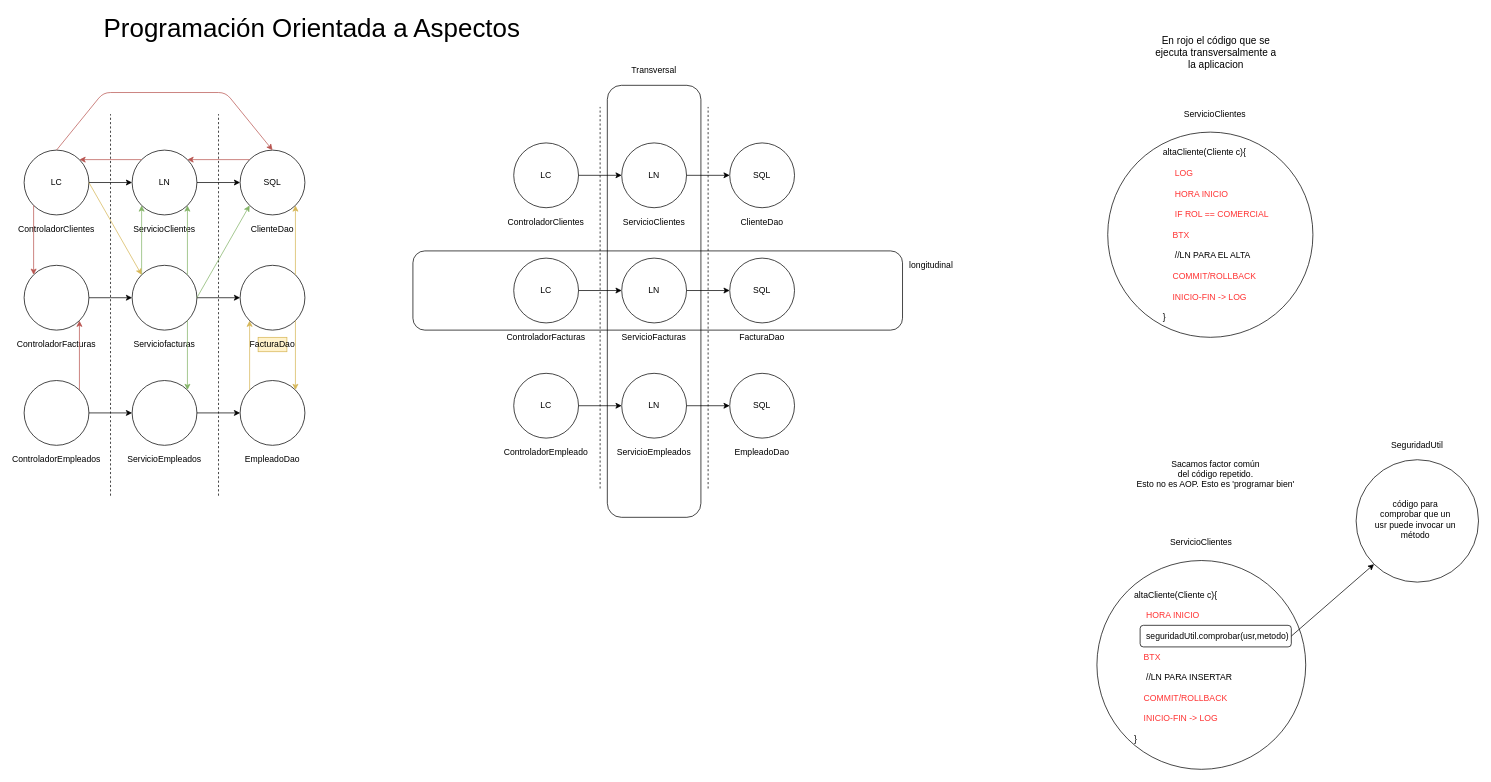
lrag/JEE keeps this draw.io diagram as page "Página-5" (5 of 30) of diagramas.drawio. Above is the earlier version. Source tidied: cells renumbered, new cells numbered last; positions are measured from the earlier drawing's top-left corner, leaving out a move shared by most shapes. Both pictures are drawn from the tidied source at 72%, with x=0, y=0 at pixel (24, 20).
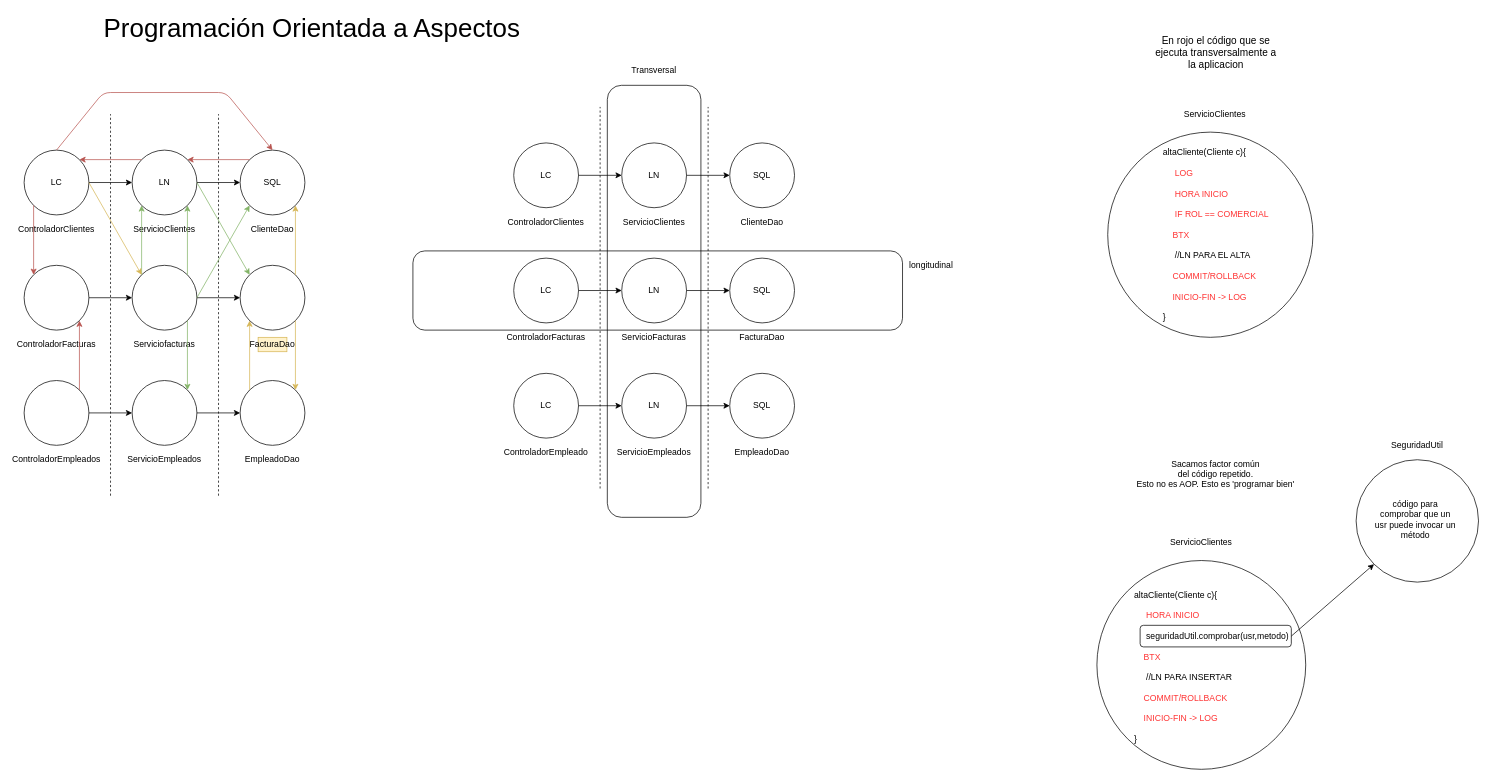
The same diagram, later.

The change refers to these unchanged cells:
```xml
<mxCell id="8" value="LN" style="ellipse;whiteSpace=wrap;html=1;strokeColor=#000000;strokeWidth=1;fillColor=none;" parent="1" vertex="1">
  <mxGeometry x="150" y="180" width="90" height="90" as="geometry" />
</mxCell>
<mxCell id="14" style="ellipse;whiteSpace=wrap;html=1;strokeColor=#000000;strokeWidth=1;fillColor=none;" parent="1" vertex="1">
  <mxGeometry x="300" y="340" width="90" height="90" as="geometry" />
</mxCell>
```

Change to the diagram source:
```diff
@@
+    <mxCell id="85" style="endArrow=classic;html=1;strokeWidth=1;exitX=1;exitY=0.5;exitDx=0;exitDy=0;entryX=0;entryY=0;entryDx=0;entryDy=0;fillColor=#d5e8d4;strokeColor=#82b366;" parent="1" edge="1" source="8" target="14">
+      <mxGeometry relative="1" as="geometry" />
+    </mxCell>
```
